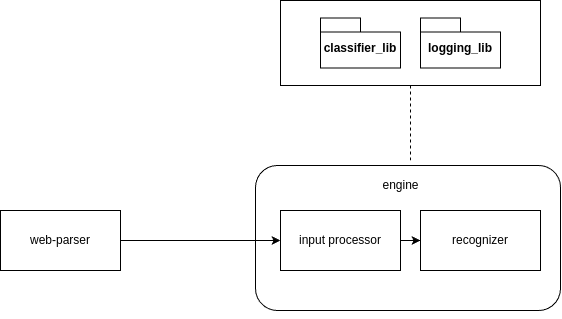
Earlier version of the draw.io export arch_diagrams/context_view.png (John321Blacksmith/assistant). Source tidied: cells renumbered, new cells last; positions are measured from the earlier drawing's top-left corner, leaving out a move shared by most shapes. The source it was exported from:
```xml
<mxGraphModel>
  <root>
    <mxCell id="0" />
    <mxCell id="1" parent="0" />
    <mxCell id="2" style="rounded=1;whiteSpace=wrap;html=1;" parent="1" vertex="1">
      <mxGeometry x="255" y="165" width="305" height="145" as="geometry" />
    </mxCell>
    <mxCell id="3" style="rounded=0;whiteSpace=wrap;html=1;" parent="1" vertex="1">
      <mxGeometry x="280" width="260" height="85" as="geometry" />
    </mxCell>
    <mxCell id="4" style="edgeStyle=orthogonalEdgeStyle;rounded=0;jettySize=auto;html=1;entryX=0;entryY=0.5;entryDx=0;entryDy=0;" parent="1" edge="1" source="5" target="7">
      <mxGeometry relative="1" as="geometry" />
    </mxCell>
    <mxCell id="5" value="web-parser" style="rounded=0;whiteSpace=wrap;html=1;" parent="1" vertex="1">
      <mxGeometry y="210" width="120" height="60" as="geometry" />
    </mxCell>
    <mxCell id="6" style="edgeStyle=orthogonalEdgeStyle;rounded=0;jettySize=auto;html=1;" parent="1" edge="1" source="7" target="8">
      <mxGeometry relative="1" as="geometry" />
    </mxCell>
    <mxCell id="7" value="input processor" style="rounded=0;whiteSpace=wrap;html=1;" parent="1" vertex="1">
      <mxGeometry x="280" y="210" width="120" height="60" as="geometry" />
    </mxCell>
    <mxCell id="8" value="recognizer" style="rounded=0;whiteSpace=wrap;html=1;" parent="1" vertex="1">
      <mxGeometry x="420" y="210" width="120" height="60" as="geometry" />
    </mxCell>
    <mxCell id="9" value="cl&lt;span style=&quot;background-color: transparent; color: light-dark(rgb(0, 0, 0), rgb(255, 255, 255));&quot;&gt;assifier_lib&lt;/span&gt;" style="shape=folder;fontStyle=1;spacingTop=10;tabWidth=40;tabHeight=14;tabPosition=left;html=1;whiteSpace=wrap;" parent="1" vertex="1">
      <mxGeometry x="320" y="17.5" width="80" height="50" as="geometry" />
    </mxCell>
    <mxCell id="10" value="&lt;span style=&quot;background-color: transparent; color: light-dark(rgb(0, 0, 0), rgb(255, 255, 255));&quot;&gt;logging&lt;/span&gt;&lt;span style=&quot;background-color: transparent; color: light-dark(rgb(0, 0, 0), rgb(255, 255, 255));&quot;&gt;_lib&lt;/span&gt;" style="shape=folder;fontStyle=1;spacingTop=10;tabWidth=40;tabHeight=14;tabPosition=left;html=1;whiteSpace=wrap;" parent="1" vertex="1">
      <mxGeometry x="420" y="17.5" width="80" height="50" as="geometry" />
    </mxCell>
    <mxCell id="11" style="edgeStyle=orthogonalEdgeStyle;rounded=0;orthogonalLoop=1;jettySize=auto;html=1;exitX=0.5;exitY=1;exitDx=0;exitDy=0;" parent="1" edge="1" source="2" target="2">
      <mxGeometry relative="1" as="geometry" />
    </mxCell>
    <mxCell id="12" value="engine" style="text;html=1;align=center;verticalAlign=middle;strokeColor=none;fillColor=none;" parent="1" vertex="1">
      <mxGeometry x="370" y="170" width="60" height="30" as="geometry" />
    </mxCell>
    <mxCell id="13" style="endArrow=none;dashed=1;html=1;rounded=0;entryX=0.5;entryY=1;entryDx=0;entryDy=0;" parent="1" edge="1" target="3">
      <mxGeometry relative="1" as="geometry">
        <mxPoint x="410" y="160" as="sourcePoint" />
      </mxGeometry>
    </mxCell>
  </root>
</mxGraphModel>
```
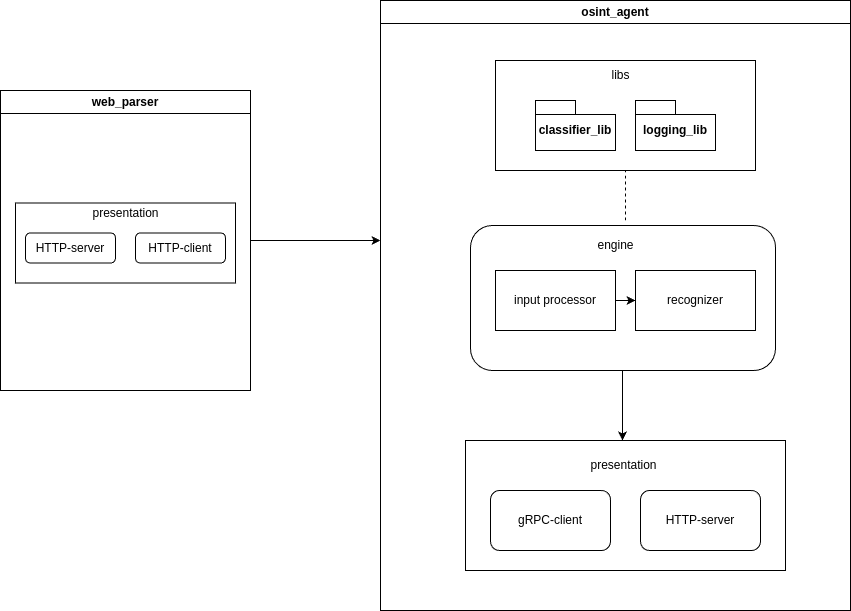
The same file after the commit.

Change to the diagram source:
```diff
@@ -2,43 +2,80 @@
   <root>
     <mxCell id="0" />
     <mxCell id="1" parent="0" />
+    <mxCell id="14" value="osint_agent" style="swimlane;whiteSpace=wrap;html=1;startSize=23;" parent="1" vertex="1">
+      <mxGeometry x="290" y="100" width="470" height="610" as="geometry" />
+    </mxCell>
+    <mxCell id="15" style="rounded=0;whiteSpace=wrap;html=1;" parent="14" vertex="1">
+      <mxGeometry x="85" y="440" width="320" height="130" as="geometry" />
+    </mxCell>
+    <mxCell id="16" style="edgeStyle=orthogonalEdgeStyle;rounded=0;jettySize=auto;html=1;" parent="14" edge="1" source="2">
+      <mxGeometry relative="1" as="geometry">
+        <mxPoint x="242" y="440" as="targetPoint" />
+      </mxGeometry>
+    </mxCell>
-    <mxCell id="2" style="rounded=1;whiteSpace=wrap;html=1;" parent="1" vertex="1">
-      <mxGeometry x="255" y="165" width="305" height="145" as="geometry" />
+    <mxCell id="2" style="rounded=1;whiteSpace=wrap;html=1;" parent="14" vertex="1">
+      <mxGeometry x="90" y="225" width="305" height="145" as="geometry" />
     </mxCell>
-    <mxCell id="3" style="rounded=0;whiteSpace=wrap;html=1;" parent="1" vertex="1">
-      <mxGeometry x="280" width="260" height="85" as="geometry" />
+    <mxCell id="3" style="rounded=0;whiteSpace=wrap;html=1;" parent="14" vertex="1">
+      <mxGeometry x="115" y="60" width="260" height="110" as="geometry" />
     </mxCell>
-    <mxCell id="4" style="edgeStyle=orthogonalEdgeStyle;rounded=0;jettySize=auto;html=1;entryX=0;entryY=0.5;entryDx=0;entryDy=0;" parent="1" edge="1" source="5" target="7">
-      <mxGeometry relative="1" as="geometry" />
-    </mxCell>
-    <mxCell id="5" value="web-parser" style="rounded=0;whiteSpace=wrap;html=1;" parent="1" vertex="1">
-      <mxGeometry y="210" width="120" height="60" as="geometry" />
-    </mxCell>
-    <mxCell id="6" style="edgeStyle=orthogonalEdgeStyle;rounded=0;jettySize=auto;html=1;" parent="1" edge="1" source="7" target="8">
+    <mxCell id="6" style="edgeStyle=orthogonalEdgeStyle;rounded=0;jettySize=auto;html=1;" parent="14" edge="1" source="7" target="8">
       <mxGeometry relative="1" as="geometry" />
     </mxCell>
-    <mxCell id="7" value="input processor" style="rounded=0;whiteSpace=wrap;html=1;" parent="1" vertex="1">
-      <mxGeometry x="280" y="210" width="120" height="60" as="geometry" />
+    <mxCell id="7" value="input processor" style="rounded=0;whiteSpace=wrap;html=1;" parent="14" vertex="1">
+      <mxGeometry x="115" y="270" width="120" height="60" as="geometry" />
     </mxCell>
-    <mxCell id="8" value="recognizer" style="rounded=0;whiteSpace=wrap;html=1;" parent="1" vertex="1">
-      <mxGeometry x="420" y="210" width="120" height="60" as="geometry" />
+    <mxCell id="8" value="recognizer" style="rounded=0;whiteSpace=wrap;html=1;" parent="14" vertex="1">
+      <mxGeometry x="255" y="270" width="120" height="60" as="geometry" />
     </mxCell>
-    <mxCell id="9" value="cl&lt;span style=&quot;background-color: transparent; color: light-dark(rgb(0, 0, 0), rgb(255, 255, 255));&quot;&gt;assifier_lib&lt;/span&gt;" style="shape=folder;fontStyle=1;spacingTop=10;tabWidth=40;tabHeight=14;tabPosition=left;html=1;whiteSpace=wrap;" parent="1" vertex="1">
-      <mxGeometry x="320" y="17.5" width="80" height="50" as="geometry" />
+    <mxCell id="9" value="cl&lt;span style=&quot;background-color: transparent; color: light-dark(rgb(0, 0, 0), rgb(255, 255, 255));&quot;&gt;assifier_lib&lt;/span&gt;" style="shape=folder;fontStyle=1;spacingTop=10;tabWidth=40;tabHeight=14;tabPosition=left;html=1;whiteSpace=wrap;" parent="14" vertex="1">
+      <mxGeometry x="155" y="100" width="80" height="50" as="geometry" />
     </mxCell>
-    <mxCell id="10" value="&lt;span style=&quot;background-color: transparent; color: light-dark(rgb(0, 0, 0), rgb(255, 255, 255));&quot;&gt;logging&lt;/span&gt;&lt;span style=&quot;background-color: transparent; color: light-dark(rgb(0, 0, 0), rgb(255, 255, 255));&quot;&gt;_lib&lt;/span&gt;" style="shape=folder;fontStyle=1;spacingTop=10;tabWidth=40;tabHeight=14;tabPosition=left;html=1;whiteSpace=wrap;" parent="1" vertex="1">
-      <mxGeometry x="420" y="17.5" width="80" height="50" as="geometry" />
+    <mxCell id="10" value="&lt;span style=&quot;background-color: transparent; color: light-dark(rgb(0, 0, 0), rgb(255, 255, 255));&quot;&gt;logging&lt;/span&gt;&lt;span style=&quot;background-color: transparent; color: light-dark(rgb(0, 0, 0), rgb(255, 255, 255));&quot;&gt;_lib&lt;/span&gt;" style="shape=folder;fontStyle=1;spacingTop=10;tabWidth=40;tabHeight=14;tabPosition=left;html=1;whiteSpace=wrap;" parent="14" vertex="1">
+      <mxGeometry x="255" y="100" width="80" height="50" as="geometry" />
     </mxCell>
-    <mxCell id="11" style="edgeStyle=orthogonalEdgeStyle;rounded=0;orthogonalLoop=1;jettySize=auto;html=1;exitX=0.5;exitY=1;exitDx=0;exitDy=0;" parent="1" edge="1" source="2" target="2">
+    <mxCell id="11" style="edgeStyle=orthogonalEdgeStyle;rounded=0;orthogonalLoop=1;jettySize=auto;html=1;exitX=0.5;exitY=1;exitDx=0;exitDy=0;" parent="14" edge="1" source="2" target="2">
       <mxGeometry relative="1" as="geometry" />
     </mxCell>
-    <mxCell id="12" value="engine" style="text;html=1;align=center;verticalAlign=middle;strokeColor=none;fillColor=none;" parent="1" vertex="1">
-      <mxGeometry x="370" y="170" width="60" height="30" as="geometry" />
+    <mxCell id="12" value="engine" style="text;html=1;align=center;verticalAlign=middle;strokeColor=none;fillColor=none;" parent="14" vertex="1">
+      <mxGeometry x="205" y="230" width="60" height="30" as="geometry" />
     </mxCell>
-    <mxCell id="13" style="endArrow=none;dashed=1;html=1;rounded=0;entryX=0.5;entryY=1;entryDx=0;entryDy=0;" parent="1" edge="1" target="3">
+    <mxCell id="13" style="endArrow=none;dashed=1;html=1;rounded=0;entryX=0.5;entryY=1;entryDx=0;entryDy=0;" parent="14" edge="1" target="3">
       <mxGeometry relative="1" as="geometry">
-        <mxPoint x="410" y="160" as="sourcePoint" />
+        <mxPoint x="245" y="220" as="sourcePoint" />
       </mxGeometry>
     </mxCell>
+    <mxCell id="17" value="HTTP-server" style="rounded=1;whiteSpace=wrap;html=1;" parent="14" vertex="1">
+      <mxGeometry x="260" y="490" width="120" height="60" as="geometry" />
+    </mxCell>
+    <mxCell id="18" value="gRPC-client" style="rounded=1;whiteSpace=wrap;html=1;" parent="14" vertex="1">
+      <mxGeometry x="110" y="490" width="120" height="60" as="geometry" />
+    </mxCell>
+    <mxCell id="19" value="presentation" style="text;html=1;align=center;verticalAlign=middle;strokeColor=none;fillColor=none;" parent="14" vertex="1">
+      <mxGeometry x="197.5" y="450" width="90" height="30" as="geometry" />
+    </mxCell>
+    <mxCell id="20" value="libs" style="text;html=1;align=center;verticalAlign=middle;strokeColor=none;fillColor=none;" parent="14" vertex="1">
+      <mxGeometry x="220" y="60" width="40" height="30" as="geometry" />
+    </mxCell>
+    <mxCell id="21" style="edgeStyle=orthogonalEdgeStyle;rounded=0;jettySize=auto;html=1;exitX=1;exitY=0.5;exitDx=0;exitDy=0;" parent="1" edge="1" source="22">
+      <mxGeometry relative="1" as="geometry">
+        <mxPoint x="290" y="340" as="targetPoint" />
+      </mxGeometry>
+    </mxCell>
+    <mxCell id="22" value="web_parser" style="swimlane;whiteSpace=wrap;html=1;" parent="1" vertex="1">
+      <mxGeometry x="-90" y="190" width="250" height="300" as="geometry" />
+    </mxCell>
+    <mxCell id="23" style="rounded=0;whiteSpace=wrap;html=1;" parent="22" vertex="1">
+      <mxGeometry x="15" y="112.5" width="220" height="80" as="geometry" />
+    </mxCell>
+    <mxCell id="24" value="HTTP-server" style="rounded=1;whiteSpace=wrap;html=1;" parent="22" vertex="1">
+      <mxGeometry x="25" y="142.5" width="90" height="30" as="geometry" />
+    </mxCell>
+    <mxCell id="25" value="HTTP-client" style="rounded=1;whiteSpace=wrap;html=1;" parent="22" vertex="1">
+      <mxGeometry x="135" y="142.5" width="90" height="30" as="geometry" />
+    </mxCell>
+    <mxCell id="26" value="presentation" style="text;html=1;align=center;verticalAlign=middle;strokeColor=none;fillColor=none;" parent="22" vertex="1">
+      <mxGeometry x="80" y="107.5" width="90" height="30" as="geometry" />
+    </mxCell>
   </root>
 </mxGraphModel>
```
